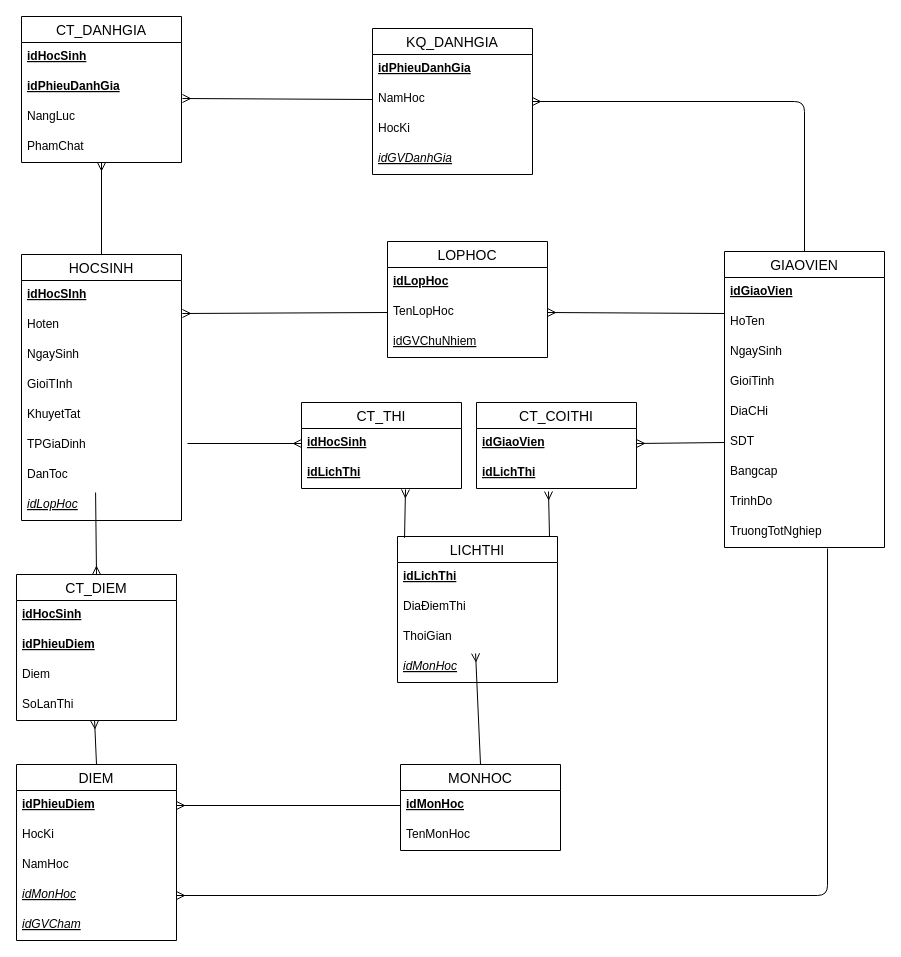
Above: 3.2.3.drawio in TLGKien/graph (draw.io), before the change. Source tidied: cells renumbered, new cells numbered last; positions are measured from the earlier drawing's top-left corner, leaving out a move shared by most shapes. Both pictures are drawn from the tidied source at 100%, with x=0, y=0 at pixel (16, 16).
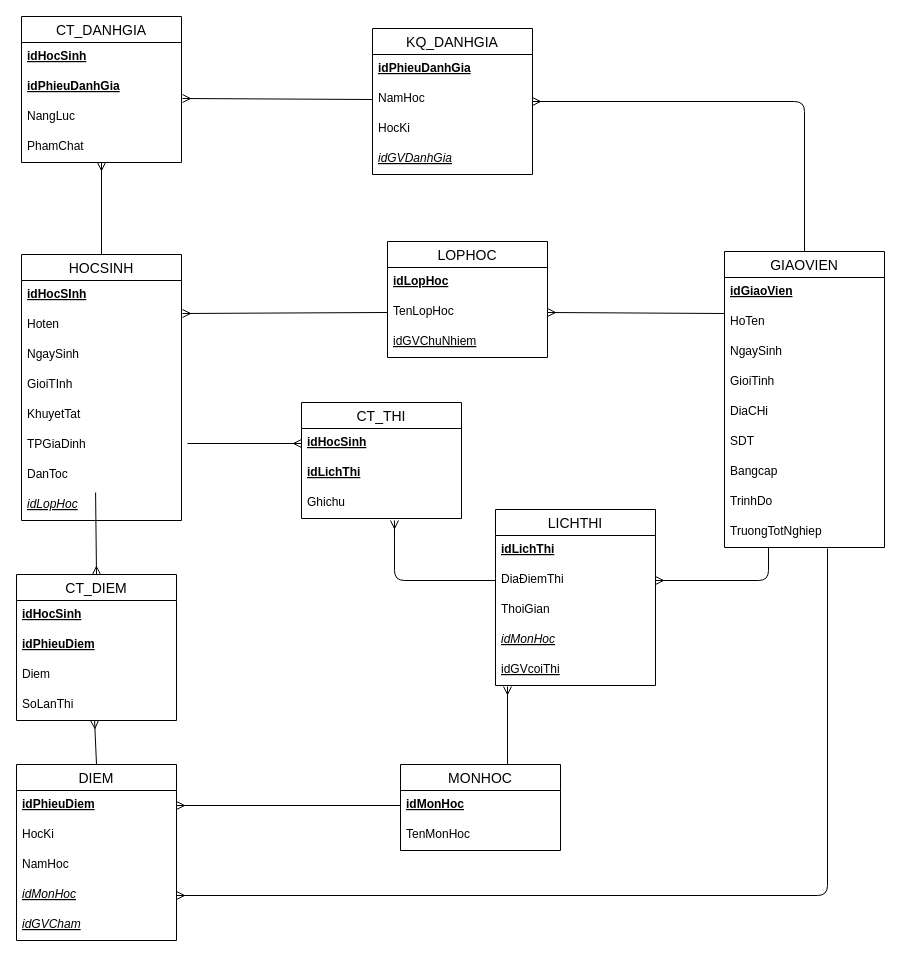
Above is the later version.

Unchanged cells that the change refers to:
```xml
<mxCell id="17" value="SDT" style="text;strokeColor=none;fillColor=none;spacingLeft=4;spacingRight=4;overflow=hidden;points=[[0,0.5],[1,0.5]];portConstraint=eastwest;fontSize=12;" parent="11" vertex="1">
  <mxGeometry y="176" width="160" height="30" as="geometry" />
</mxCell>
<mxCell id="20" value="TruongTotNghiep" style="text;strokeColor=none;fillColor=none;spacingLeft=4;spacingRight=4;overflow=hidden;points=[[0,0.5],[1,0.5]];portConstraint=eastwest;fontSize=12;" parent="11" vertex="1">
  <mxGeometry y="266" width="160" height="30" as="geometry" />
</mxCell>
<mxCell id="25" value="MONHOC" style="swimlane;fontStyle=0;horizontal=1;startSize=26;align=center;fontSize=14;" parent="1" vertex="1">
  <mxGeometry x="384" y="748" width="160" height="86" as="geometry" />
</mxCell>
<mxCell id="30" value="DiaĐiemThi" style="text;strokeColor=none;fillColor=none;spacingLeft=4;spacingRight=4;overflow=hidden;points=[[0,0.5],[1,0.5]];portConstraint=eastwest;fontSize=12;" parent="28" vertex="1">
  <mxGeometry y="56" width="160" height="30" as="geometry" />
</mxCell>
<mxCell id="31" value="ThoiGian" style="text;strokeColor=none;fillColor=none;spacingLeft=4;spacingRight=4;overflow=hidden;points=[[0,0.5],[1,0.5]];portConstraint=eastwest;fontSize=12;" parent="28" vertex="1">
  <mxGeometry y="86" width="160" height="30" as="geometry" />
</mxCell>
<mxCell id="38" value="idLichThi" style="text;strokeColor=none;fillColor=none;spacingLeft=4;spacingRight=4;overflow=hidden;points=[[0,0.5],[1,0.5]];portConstraint=eastwest;fontSize=12;fontStyle=5;" parent="36" vertex="1">
  <mxGeometry y="56" width="160" height="30" as="geometry" />
</mxCell>
```

Diff of the diagram source:
```diff
@@
     <mxCell id="28" value="LICHTHI" style="swimlane;fontStyle=0;horizontal=1;startSize=26;align=center;fontSize=14;" parent="1" vertex="1">
-      <mxGeometry x="381" y="520" width="160" height="146" as="geometry" />
+      <mxGeometry x="479" y="493" width="160" height="176" as="geometry" />
     </mxCell>
@@
-    <mxCell id="33" value="CT_COITHI" style="swimlane;fontStyle=0;horizontal=1;startSize=26;align=center;fontSize=14;" parent="1" vertex="1">
-      <mxGeometry x="460" y="386" width="160" height="86" as="geometry" />
-    </mxCell>
-    <mxCell id="34" value="idGiaoVien" style="text;strokeColor=none;fillColor=none;spacingLeft=4;spacingRight=4;overflow=hidden;points=[[0,0.5],[1,0.5]];portConstraint=eastwest;fontSize=12;fontStyle=5;" parent="33" vertex="1">
-      <mxGeometry y="26" width="160" height="30" as="geometry" />
-    </mxCell>
-    <mxCell id="35" value="idLichThi" style="text;strokeColor=none;fillColor=none;spacingLeft=4;spacingRight=4;overflow=hidden;points=[[0,0.5],[1,0.5]];portConstraint=eastwest;fontSize=12;fontStyle=5;" parent="33" vertex="1">
-      <mxGeometry y="56" width="160" height="30" as="geometry" />
-    </mxCell>
+    <mxCell id="74" value="idGVcoiThi" style="text;strokeColor=none;fillColor=none;spacingLeft=4;spacingRight=4;overflow=hidden;fontSize=12;fontStyle=4;" parent="28" vertex="1">
+      <mxGeometry y="146" width="160" height="30" as="geometry" />
+    </mxCell>
     <mxCell id="36" value="CT_THI" style="swimlane;fontStyle=0;horizontal=1;startSize=26;align=center;fontSize=14;" parent="1" vertex="1">
-      <mxGeometry x="285" y="386" width="160" height="86" as="geometry" />
+      <mxGeometry x="285" y="386" width="160" height="116" as="geometry" />
     </mxCell>
@@
+    <mxCell id="75" value="Ghichu" style="text;strokeColor=none;fillColor=none;spacingLeft=4;spacingRight=4;overflow=hidden;points=[[0,0.5],[1,0.5]];portConstraint=eastwest;fontSize=12;fontStyle=0;" parent="36" vertex="1">
+      <mxGeometry y="86" width="160" height="30" as="geometry" />
+    </mxCell>
@@
-    <mxCell id="67" style="fontSize=12;html=1;endArrow=ERmany;exitX=0.5;exitY=0;exitDx=0;exitDy=0;entryX=0.488;entryY=1.033;entryDx=0;entryDy=0;entryPerimeter=0;" parent="1" edge="1" source="25" target="31">
-      <mxGeometry relative="1" as="geometry" />
+    <mxCell id="67" style="fontSize=12;html=1;endArrow=ERmany;exitX=0.669;exitY=0;exitDx=0;exitDy=0;exitPerimeter=0;" parent="1" edge="1" source="25">
+      <mxGeometry relative="1" as="geometry">
+        <mxPoint x="491" y="670" as="targetPoint" />
+      </mxGeometry>
     </mxCell>
@@
-    <mxCell id="71" style="fontSize=12;html=1;endArrow=ERmany;exitX=0.044;exitY=0.009;exitDx=0;exitDy=0;entryX=0.65;entryY=1.033;entryDx=0;entryDy=0;entryPerimeter=0;exitPerimeter=0;" parent="1" edge="1" source="28" target="38">
-      <mxGeometry relative="1" as="geometry" />
+    <mxCell id="71" style="fontSize=12;html=1;endArrow=ERmany;exitX=0;exitY=0.5;exitDx=0;exitDy=0;entryX=0.581;entryY=1.067;entryDx=0;entryDy=0;entryPerimeter=0;" parent="1" edge="1" source="30" target="75">
+      <mxGeometry relative="1" as="geometry">
+        <Array as="points">
+          <mxPoint x="378" y="564" />
+        </Array>
+      </mxGeometry>
     </mxCell>
-    <mxCell id="72" style="fontSize=12;html=1;endArrow=ERmany;exitX=0.95;exitY=0;exitDx=0;exitDy=0;entryX=0.45;entryY=1.1;entryDx=0;entryDy=0;entryPerimeter=0;exitPerimeter=0;" parent="1" edge="1" source="28" target="35">
-      <mxGeometry relative="1" as="geometry" />
-    </mxCell>
-    <mxCell id="73" style="fontSize=12;html=1;endArrow=ERmany;exitX=0;exitY=0.5;exitDx=0;exitDy=0;entryX=1;entryY=0.5;entryDx=0;entryDy=0;" parent="1" edge="1" source="17" target="34">
-      <mxGeometry relative="1" as="geometry" />
-    </mxCell>
+    <mxCell id="76" style="fontSize=12;html=1;endArrow=ERmany;entryX=1;entryY=0.5;entryDx=0;entryDy=0;exitX=0.275;exitY=1;exitDx=0;exitDy=0;exitPerimeter=0;" parent="1" edge="1" source="20" target="30">
+      <mxGeometry relative="1" as="geometry">
+        <Array as="points">
+          <mxPoint x="752" y="564" />
+        </Array>
+      </mxGeometry>
+    </mxCell>
```
